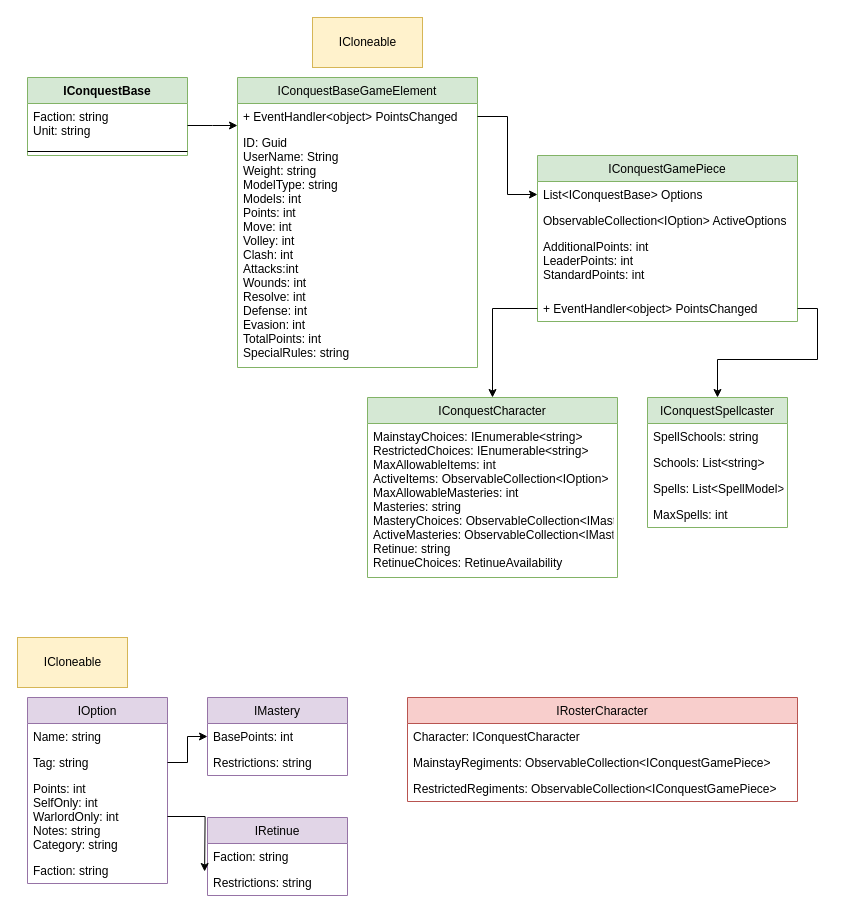
The draw.io diagram InterfaceDiagram.drawio in auticus/ConquestBuilder, before the edit. Source tidied: cells renumbered, new cells numbered last; positions are measured from the earlier drawing's top-left corner, leaving out a move shared by most shapes. Both pictures are drawn from the tidied source at 100%, with x=0, y=0 at pixel (17, 17).
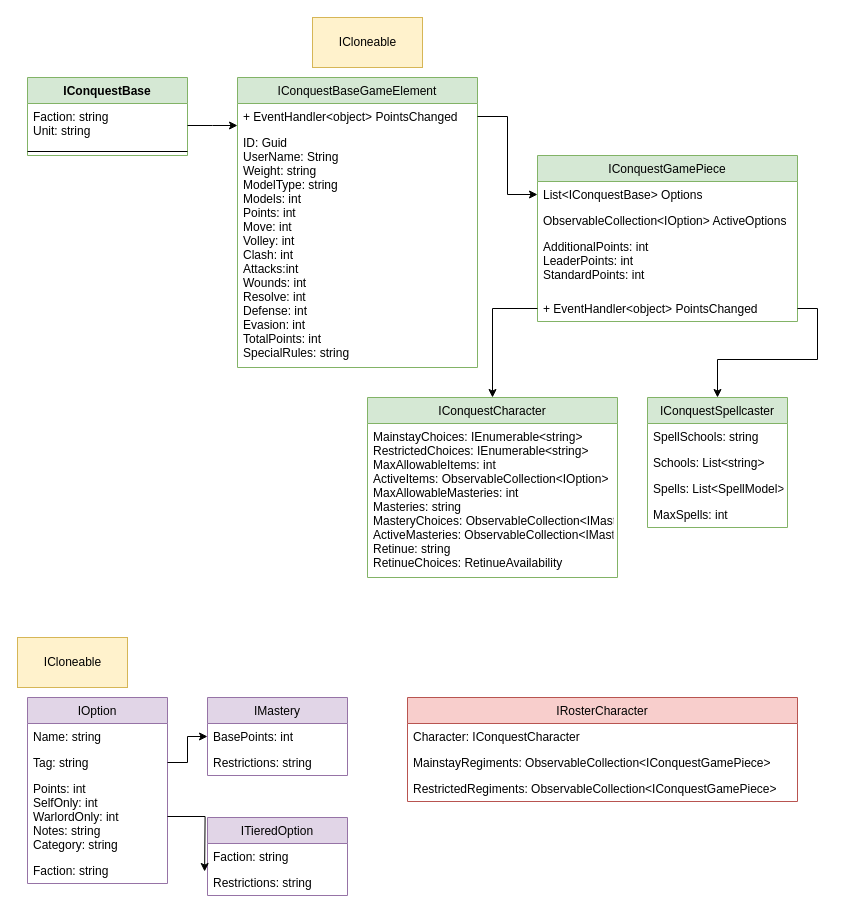
After the change.

Change to the diagram source:
```diff
@@
-    <mxCell id="39" value="IRetinue" style="swimlane;fontStyle=0;horizontal=1;startSize=26;fillColor=#e1d5e7;strokeColor=#9673a6;" parent="1" vertex="1">
+    <mxCell id="39" value="ITieredOption" style="swimlane;fontStyle=0;horizontal=1;startSize=26;fillColor=#e1d5e7;strokeColor=#9673a6;" parent="1" vertex="1">
       <mxGeometry x="190" y="800" width="140" height="78" as="geometry" />
     </mxCell>
```
